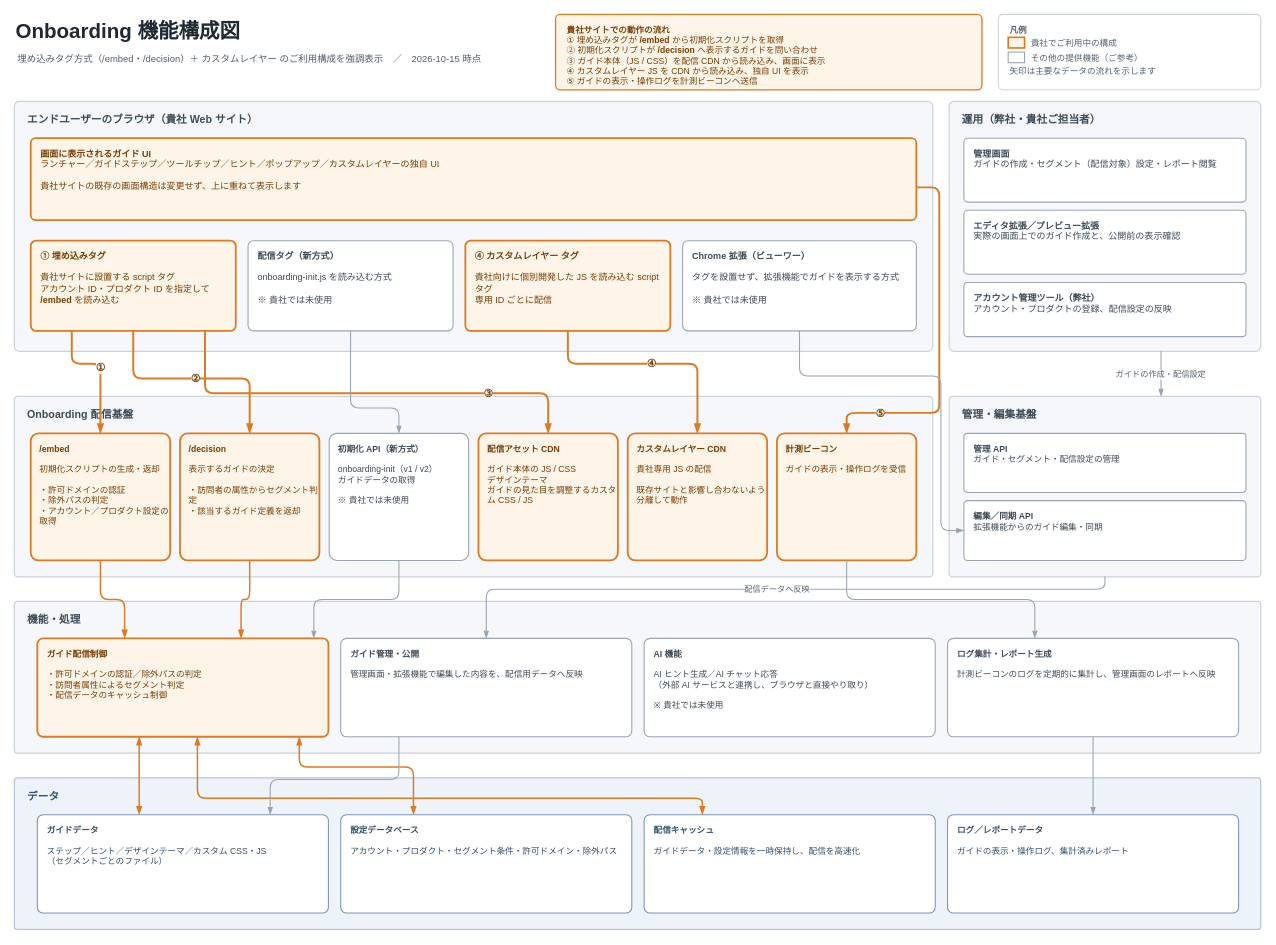
Earlier version of the draw.io diagram docs/architecture/2026-10-15_onboarding-feature-architecture.drawio (soraxism/onboarding). Source tidied: cells renumbered, new cells numbered last; positions are measured from the earlier drawing's top-left corner, leaving out a move shared by most shapes. Both pictures are drawn from the tidied source at 82%, with x=0, y=0 at pixel (14, 14).
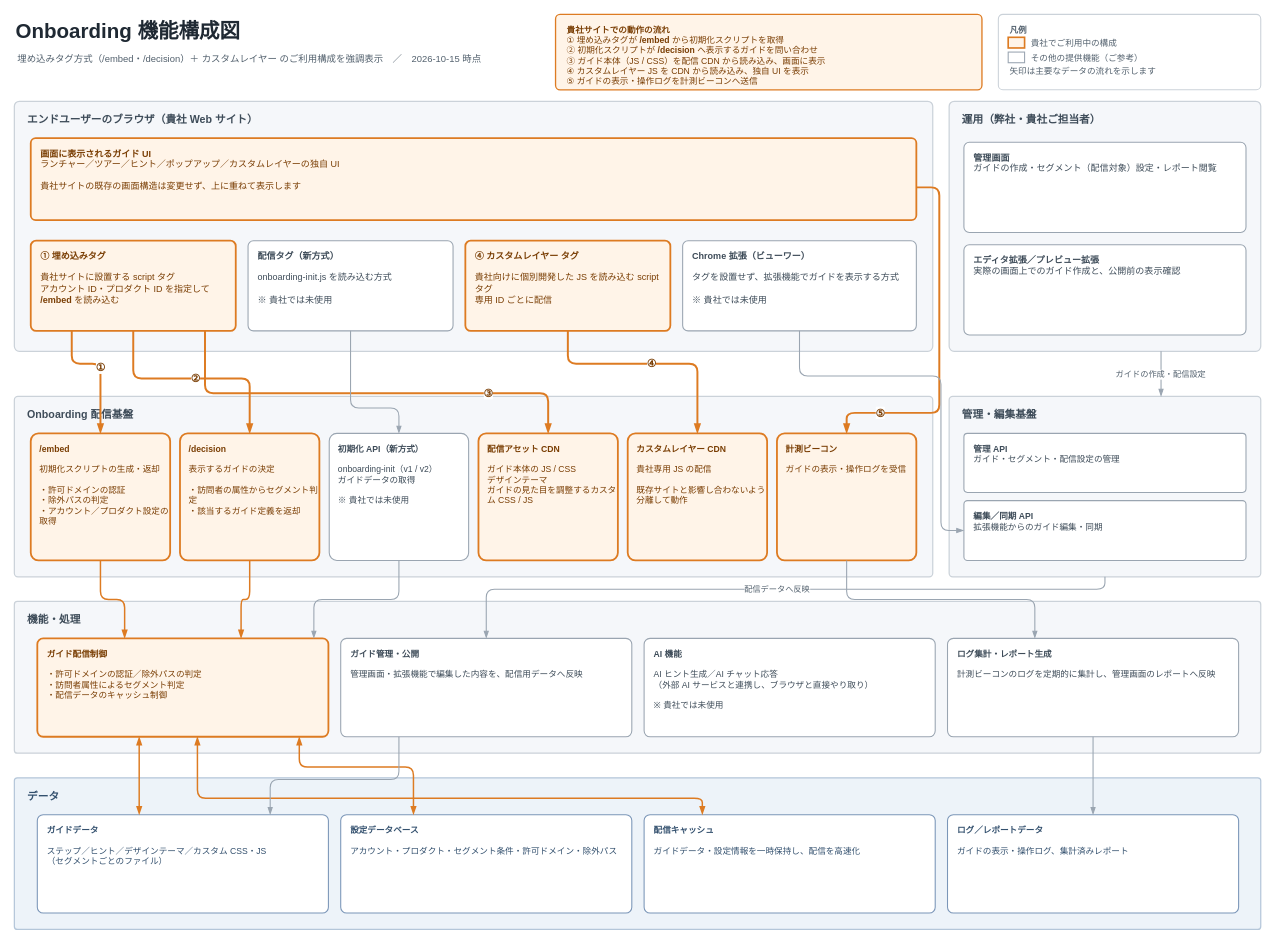
Above is the later version.

Commit message:
docs: 機能構成図から社内ツールを削除し、UI の呼称を修正

クライアント提出用のため、社内でのみ使うアカウント管理ツールは
図に含めない。運用枠は管理画面とエディタ/プレビュー拡張の2つに整理。
ガイド UI の呼称も実際の用語に合わせ、ガイドステップをツアーへ変更し、
ツールチップを削除した。

Claude-Session: https://claude.ai/code/session_01ApxurYQaG5nZZmiMcaJJMF

The edit, as a diff of the source:
```diff
@@
-    <mxCell id="11" value="&lt;b&gt;画面に表示されるガイド UI&lt;/b&gt;&lt;br&gt;ランチャー／ガイドステップ／ツールチップ／ヒント／ポップアップ／カスタムレイヤーの独自 UI&lt;br&gt;&lt;br&gt;貴社サイトの既存の画面構造は変更せず、上に重ねて表示します" style="rounded=1;arcSize=6;html=1;fillColor=#FFF4E8;strokeColor=#DD7B22;strokeWidth=2.2;align=left;verticalAlign=top;spacingLeft=10;spacingTop=6;fontSize=11;fontColor=#7A3E04;whiteSpace=wrap;" parent="1" vertex="1">
+    <mxCell id="11" value="&lt;b&gt;画面に表示されるガイド UI&lt;/b&gt;&lt;br&gt;ランチャー／ツアー／ヒント／ポップアップ／カスタムレイヤーの独自 UI&lt;br&gt;&lt;br&gt;貴社サイトの既存の画面構造は変更せず、上に重ねて表示します" style="rounded=1;arcSize=6;html=1;fillColor=#FFF4E8;strokeColor=#DD7B22;strokeWidth=2.2;align=left;verticalAlign=top;spacingLeft=10;spacingTop=6;fontSize=11;fontColor=#7A3E04;whiteSpace=wrap;" parent="1" vertex="1">
       <mxGeometry x="20" y="151" width="1080" height="100" as="geometry" />
     </mxCell>
@@
     <mxCell id="17" value="&lt;b&gt;管理画面&lt;/b&gt;&lt;br&gt;ガイドの作成・セグメント（配信対象）設定・レポート閲覧" style="rounded=1;arcSize=6;html=1;fillColor=#FFFFFF;strokeColor=#9AA5B1;strokeWidth=1.3;align=left;verticalAlign=top;spacingLeft=10;spacingTop=6;fontSize=11;fontColor=#3E4C59;whiteSpace=wrap;" parent="1" vertex="1">
-      <mxGeometry x="1158" y="151" width="344" height="78" as="geometry" />
+      <mxGeometry x="1158" y="156" width="344" height="110" as="geometry" />
     </mxCell>
     <mxCell id="18" value="&lt;b&gt;エディタ拡張／プレビュー拡張&lt;/b&gt;&lt;br&gt;実際の画面上でのガイド作成と、公開前の表示確認" style="rounded=1;arcSize=6;html=1;fillColor=#FFFFFF;strokeColor=#9AA5B1;strokeWidth=1.3;align=left;verticalAlign=top;spacingLeft=10;spacingTop=6;fontSize=11;fontColor=#3E4C59;whiteSpace=wrap;" parent="1" vertex="1">
-      <mxGeometry x="1158" y="239" width="344" height="78" as="geometry" />
+      <mxGeometry x="1158" y="281" width="344" height="110" as="geometry" />
     </mxCell>
-    <mxCell id="19" value="&lt;b&gt;アカウント管理ツール（弊社）&lt;/b&gt;&lt;br&gt;アカウント・プロダクトの登録、配信設定の反映" style="rounded=1;arcSize=6;html=1;fillColor=#FFFFFF;strokeColor=#9AA5B1;strokeWidth=1.3;align=left;verticalAlign=top;spacingLeft=10;spacingTop=6;fontSize=11;fontColor=#3E4C59;whiteSpace=wrap;" parent="1" vertex="1">
-      <mxGeometry x="1158" y="327" width="344" height="66" as="geometry" />
-    </mxCell>
```
